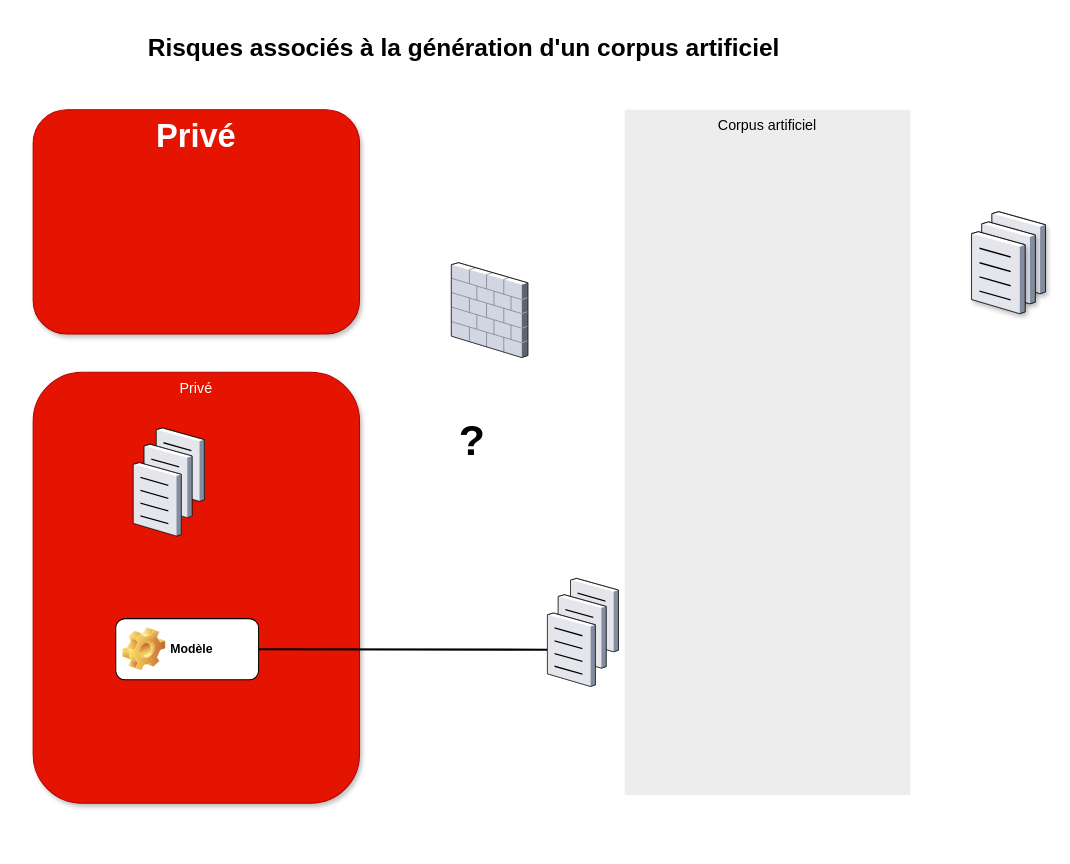
Above: Untitled Diagram.drawio in Hiebel/ProjetFouilleDeTexte (draw.io), before the change. Source tidied: cells renumbered, new cells numbered last; positions are measured from the earlier drawing's top-left corner, leaving out a move shared by most shapes. Both pictures are drawn from the tidied source at 102%, with x=0, y=0 at pixel (16, 28).
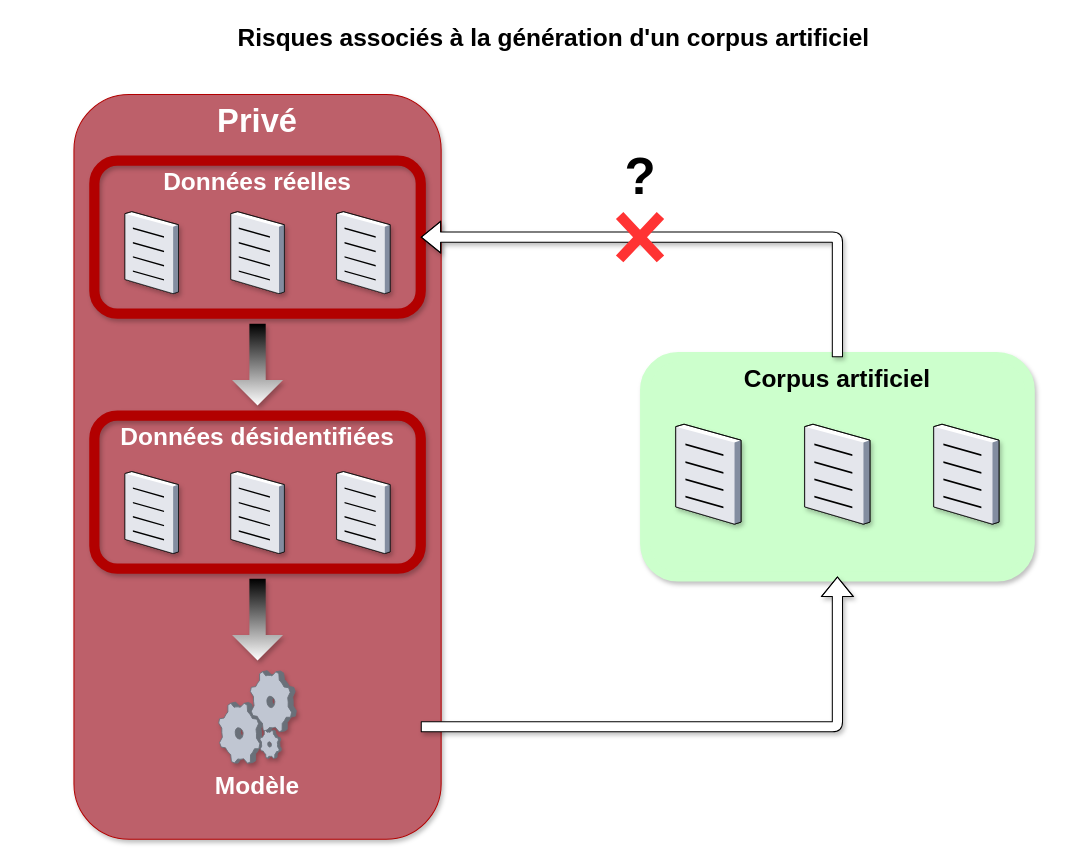
After the change.

Diff of the diagram source:
```diff
@@
+    <mxCell id="19" value="&lt;font style=&quot;font-size: 32px&quot;&gt;&lt;b&gt;&lt;font style=&quot;font-size: 32px&quot;&gt;Privé&lt;/font&gt;&lt;/b&gt;&lt;/font&gt;" style="whiteSpace=wrap;html=1;fillColor=#BD606A;fontSize=14;strokeColor=#B20000;verticalAlign=top;fontColor=#ffffff;perimeterSpacing=0;rounded=1;glass=0;shadow=1;sketch=0;gradientColor=none;" parent="1" vertex="1">
+      <mxGeometry x="56" y="65.2" width="360" height="730" as="geometry" />
+    </mxCell>
+    <mxCell id="7" value="Risques associés à la génération d'un corpus artificiel" style="text;strokeColor=none;fillColor=none;html=1;fontSize=24;fontStyle=1;verticalAlign=middle;align=center;" parent="1" vertex="1">
+      <mxGeometry x="56" y="-10" width="940" height="40" as="geometry" />
+    </mxCell>
+    <mxCell id="20" style="group;rounded=0;fillColor=none;strokeColor=none;" parent="1" vertex="1">
+      <mxGeometry x="76" y="380" width="320" height="150" as="geometry" />
+    </mxCell>
-    <mxCell id="2" value="Privé" style="whiteSpace=wrap;html=1;fillColor=#e51400;fontSize=14;strokeColor=#B20000;verticalAlign=top;fontColor=#ffffff;rounded=1;glass=0;shadow=1;sketch=0;gradientColor=none;gradientDirection=north;" parent="1" vertex="1">
-      <mxGeometry x="16" y="337.5" width="320" height="422.5" as="geometry" />
+    <mxCell id="2" value="Données désidentifiées" style="whiteSpace=wrap;html=1;fillColor=none;fontSize=24;strokeColor=#B20000;verticalAlign=top;fontColor=#ffffff;rounded=1;glass=0;shadow=1;sketch=0;gradientColor=#DCB4BF;gradientDirection=south;strokeWidth=10;fontStyle=1;" parent="20" vertex="1">
+      <mxGeometry width="320" height="150" as="geometry" />
     </mxCell>
+    <mxCell id="21" style="verticalLabelPosition=bottom;sketch=0;html=1;verticalAlign=top;strokeColor=default;align=center;shape=mxgraph.citrix.document;fillColor=#a0522d;fontColor=#ffffff;strokeWidth=0;shadow=1;" parent="20" vertex="1">
+      <mxGeometry x="237.5" y="54.8" width="52.5" height="80.4" as="geometry" />
+    </mxCell>
+    <mxCell id="22" style="verticalLabelPosition=bottom;sketch=0;html=1;verticalAlign=top;strokeColor=default;align=center;shape=mxgraph.citrix.document;fillColor=#a0522d;fontColor=#ffffff;strokeWidth=0;shadow=1;" parent="20" vertex="1">
+      <mxGeometry x="133.8" y="54.8" width="52.5" height="80.4" as="geometry" />
+    </mxCell>
+    <mxCell id="23" style="verticalLabelPosition=bottom;sketch=0;html=1;verticalAlign=top;strokeColor=default;align=center;shape=mxgraph.citrix.document;fillColor=#a0522d;fontColor=#ffffff;strokeWidth=0;shadow=1;" parent="20" vertex="1">
+      <mxGeometry x="30" y="54.8" width="52.5" height="80.4" as="geometry" />
+    </mxCell>
+    <mxCell id="24" style="html=1;shadow=1;dashed=0;align=center;verticalAlign=middle;shape=mxgraph.arrows2.arrow;dy=0.68;dx=25;direction=south;notch=0;rounded=1;glass=0;labelBackgroundColor=#ffffff;labelBorderColor=none;sketch=0;fontSize=24;strokeWidth=4;gradientDirection=east;gradientColor=#ffffff;fillColor=#000000;strokeColor=none;" parent="1" vertex="1">
+      <mxGeometry x="211" y="290" width="50" height="80" as="geometry" />
+    </mxCell>
+    <mxCell id="12" value="Modèle" style="rounded=1;whiteSpace=wrap;html=1;shadow=0;glass=0;labelBackgroundColor=none;labelBorderColor=none;sketch=0;fontSize=24;fontColor=#FFFFFF;strokeColor=none;strokeWidth=4;fillColor=none;gradientColor=#BD7176;gradientDirection=east;verticalAlign=bottom;fontStyle=1;" parent="1" vertex="1">
+      <mxGeometry x="76" y="610" width="320" height="150" as="geometry" />
+    </mxCell>
+    <mxCell id="25" style="verticalLabelPosition=bottom;sketch=0;html=1;verticalAlign=top;strokeColor=none;align=center;shape=mxgraph.citrix.process;rounded=1;shadow=1;glass=0;labelBackgroundColor=#ffffff;labelBorderColor=none;fontSize=24;fontColor=#FFFFFF;fillColor=#DC143C;gradientColor=#BD7176;gradientDirection=east;" parent="1" vertex="1">
+      <mxGeometry x="197.9" y="630" width="76.1" height="90.8" as="geometry" />
+    </mxCell>
+    <mxCell id="26" style="group;" parent="1" vertex="1">
+      <mxGeometry x="76" y="130" width="320" height="150" as="geometry" />
+    </mxCell>
+    <mxCell id="4" value="&lt;font style=&quot;font-size: 24px&quot;&gt;Données réelles&lt;/font&gt;" style="whiteSpace=wrap;html=1;fillColor=none;fontSize=24;strokeColor=#B20000;verticalAlign=top;fontColor=#FFFFFF;perimeterSpacing=0;rounded=1;glass=0;shadow=1;sketch=0;fontStyle=1;labelBorderColor=none;strokeWidth=10;" parent="26" vertex="1">
+      <mxGeometry width="320" height="150" as="geometry" />
+    </mxCell>
+    <mxCell id="27" style="verticalLabelPosition=bottom;sketch=0;html=1;verticalAlign=top;strokeColor=default;align=center;shape=mxgraph.citrix.document;fillColor=#a0522d;fontColor=#ffffff;strokeWidth=0;shadow=1;" parent="26" vertex="1">
+      <mxGeometry x="237.5" y="50" width="52.5" height="80.4" as="geometry" />
+    </mxCell>
+    <mxCell id="28" style="verticalLabelPosition=bottom;sketch=0;html=1;verticalAlign=top;strokeColor=default;align=center;shape=mxgraph.citrix.document;fillColor=#a0522d;fontColor=#ffffff;strokeWidth=0;shadow=1;" parent="26" vertex="1">
+      <mxGeometry x="133.8" y="50" width="52.5" height="80.4" as="geometry" />
+    </mxCell>
+    <mxCell id="29" style="verticalLabelPosition=bottom;sketch=0;html=1;verticalAlign=top;strokeColor=default;align=center;shape=mxgraph.citrix.document;fillColor=#a0522d;fontColor=#ffffff;strokeWidth=0;shadow=1;" parent="26" vertex="1">
+      <mxGeometry x="30" y="50" width="52.5" height="80.4" as="geometry" />
+    </mxCell>
+    <mxCell id="30" style="html=1;shadow=1;dashed=0;align=center;verticalAlign=middle;shape=mxgraph.arrows2.arrow;dy=0.68;dx=25;direction=south;notch=0;rounded=1;glass=0;labelBackgroundColor=#ffffff;labelBorderColor=none;sketch=0;fontSize=24;strokeWidth=4;gradientDirection=east;gradientColor=#ffffff;fillColor=#000000;strokeColor=none;" parent="1" vertex="1">
+      <mxGeometry x="211" y="540" width="50" height="80" as="geometry" />
+    </mxCell>
-    <mxCell id="3" value="Corpus artificiel" style="whiteSpace=wrap;html=1;fillColor=#EDEDED;fontSize=14;strokeColor=none;verticalAlign=top;" parent="1" vertex="1">
-      <mxGeometry x="596" y="80" width="280" height="672" as="geometry" />
+    <mxCell id="3" value="Corpus artificiel" style="whiteSpace=wrap;html=1;fillColor=#CCFFCC;fontSize=24;strokeColor=#CCFFCC;verticalAlign=top;fontColor=default;perimeterSpacing=0;rounded=1;glass=0;shadow=1;sketch=0;fontStyle=1;labelBorderColor=none;strokeWidth=10;labelBackgroundColor=none;" parent="1" vertex="1">
+      <mxGeometry x="616" y="322.7" width="377" height="215" as="geometry" />
     </mxCell>
-    <mxCell id="4" value="&lt;font style=&quot;font-size: 32px&quot;&gt;&lt;b&gt;&lt;font style=&quot;font-size: 32px&quot;&gt;Privé&lt;/font&gt;&lt;/b&gt;&lt;/font&gt;" style="whiteSpace=wrap;html=1;fillColor=#e51400;fontSize=14;strokeColor=#B20000;verticalAlign=top;fontColor=#ffffff;perimeterSpacing=0;rounded=1;glass=0;shadow=1;sketch=0;" parent="1" vertex="1">
-      <mxGeometry x="16" y="80" width="320" height="220" as="geometry" />
-    </mxCell>
-    <mxCell id="5" style="edgeStyle=none;rounded=0;html=1;startSize=10;endSize=10;jettySize=auto;fontSize=14;endArrow=none;endFill=0;strokeWidth=2;exitX=1;exitY=0.5;exitDx=0;exitDy=0;" parent="1" edge="1" source="12" target="15">
-      <mxGeometry relative="1" as="geometry" />
-    </mxCell>
-    <mxCell id="6" style="verticalLabelPosition=bottom;html=1;verticalAlign=top;strokeColor=none;shape=mxgraph.citrix.firewall;fillColor=#66B2FF;gradientColor=#0066CC;fontSize=14;" parent="1" vertex="1">
-      <mxGeometry x="426" y="230" width="75" height="93" as="geometry" />
-    </mxCell>
-    <mxCell id="7" value="Risques associés à la génération d'un corpus artificiel" style="text;strokeColor=none;fillColor=none;html=1;fontSize=24;fontStyle=1;verticalAlign=middle;align=center;" parent="1" vertex="1">
-      <mxGeometry x="0.2" width="875.8" height="40" as="geometry" />
-    </mxCell>
-    <mxCell id="8" style="verticalLabelPosition=bottom;sketch=0;html=1;verticalAlign=top;strokeColor=default;align=center;shape=mxgraph.citrix.document;fillColor=#a0522d;fontColor=#ffffff;strokeWidth=0;shadow=1;" parent="1" vertex="1">
-      <mxGeometry x="956" y="180" width="52.5" height="80.4" as="geometry" />
-    </mxCell>
-    <mxCell id="9" style="verticalLabelPosition=bottom;sketch=0;html=1;verticalAlign=top;strokeColor=none;align=center;shape=mxgraph.citrix.document;" parent="1" vertex="1">
-      <mxGeometry x="136.8" y="392" width="47" height="72" as="geometry" />
-    </mxCell>
-    <mxCell id="10" style="verticalLabelPosition=bottom;sketch=0;html=1;verticalAlign=top;strokeColor=none;align=center;shape=mxgraph.citrix.document;" parent="1" vertex="1">
-      <mxGeometry x="124.8" y="408" width="47" height="72" as="geometry" />
-    </mxCell>
-    <mxCell id="11" style="verticalLabelPosition=bottom;sketch=0;html=1;verticalAlign=top;strokeColor=none;align=center;shape=mxgraph.citrix.document;" parent="1" vertex="1">
-      <mxGeometry x="114.2" y="426" width="47" height="72" as="geometry" />
-    </mxCell>
-    <mxCell id="12" value="Modèle" style="label;whiteSpace=wrap;html=1;image=img/clipart/Gear_128x128.png;" parent="1" vertex="1">
-      <mxGeometry x="97" y="579" width="140" height="60" as="geometry" />
-    </mxCell>
-    <mxCell id="13" style="verticalLabelPosition=bottom;sketch=0;html=1;verticalAlign=top;strokeColor=none;align=center;shape=mxgraph.citrix.document;" parent="1" vertex="1">
-      <mxGeometry x="542.8" y="539.5" width="47" height="72" as="geometry" />
-    </mxCell>
-    <mxCell id="14" style="verticalLabelPosition=bottom;sketch=0;html=1;verticalAlign=top;strokeColor=none;align=center;shape=mxgraph.citrix.document;" parent="1" vertex="1">
-      <mxGeometry x="530.8" y="555.5" width="47" height="72" as="geometry" />
-    </mxCell>
-    <mxCell id="15" style="verticalLabelPosition=bottom;sketch=0;html=1;verticalAlign=top;strokeColor=none;align=center;outlineConnect=0;shape=mxgraph.citrix.document;" parent="1" vertex="1">
-      <mxGeometry x="520.2" y="573.5" width="47" height="72" as="geometry" />
-    </mxCell>
+    <mxCell id="31" style="shape=flexArrow;rounded=1;jettySize=auto;html=1;exitX=1;exitY=0.5;exitDx=0;exitDy=0;entryX=0.5;entryY=1;entryDx=0;entryDy=0;fontSize=24;fontColor=default;strokeColor=default;edgeStyle=orthogonalEdgeStyle;startArrow=none;startFill=0;sketch=0;shadow=1;fillColor=#FFFFFF;gradientColor=none;gradientDirection=north;" parent="1" edge="1" source="12" target="3">
+      <mxGeometry relative="1" as="geometry" />
+    </mxCell>
+    <mxCell id="32" style="edgeStyle=orthogonalEdgeStyle;shape=flexArrow;rounded=1;sketch=0;jettySize=auto;html=1;exitX=0.5;exitY=0;exitDx=0;exitDy=0;shadow=1;fontSize=24;fontColor=default;startArrow=none;startFill=0;strokeColor=default;fillColor=#FFFFFF;gradientColor=none;gradientDirection=north;entryX=1;entryY=0.5;entryDx=0;entryDy=0;" parent="1" edge="1" source="3" target="4">
+      <mxGeometry relative="1" as="geometry" />
+    </mxCell>
+    <mxCell id="33" style="group;" parent="1" vertex="1">
+      <mxGeometry x="646" y="388.4" width="316.9" height="98" as="geometry" />
+    </mxCell>
+    <mxCell id="34" style="verticalLabelPosition=bottom;sketch=0;html=1;verticalAlign=top;strokeColor=#CCFFCC;align=center;shape=mxgraph.citrix.document;fillColor=#CCFFCC;fontColor=default;strokeWidth=0;shadow=1;labelBackgroundColor=none;" parent="33" vertex="1">
+      <mxGeometry x="252.9" width="64" height="98" as="geometry" />
+    </mxCell>
+    <mxCell id="35" style="verticalLabelPosition=bottom;sketch=0;html=1;verticalAlign=top;strokeColor=#CCFFCC;align=center;shape=mxgraph.citrix.document;fillColor=#CCFFCC;fontColor=default;strokeWidth=0;shadow=1;labelBackgroundColor=none;" parent="33" vertex="1">
+      <mxGeometry x="126.4" width="64" height="98" as="geometry" />
+    </mxCell>
+    <mxCell id="36" style="verticalLabelPosition=bottom;sketch=0;html=1;verticalAlign=top;strokeColor=#CCFFCC;align=center;shape=mxgraph.citrix.document;fillColor=#CCFFCC;fontColor=default;strokeWidth=0;shadow=1;labelBackgroundColor=none;" parent="33" vertex="1">
+      <mxGeometry width="64" height="98" as="geometry" />
+    </mxCell>
+    <mxCell id="37" style="group;" parent="1" vertex="1">
+      <mxGeometry x="586" y="110" width="50" height="116.2" as="geometry" />
+    </mxCell>
+    <mxCell id="38" style="shape=umlDestroy;whiteSpace=wrap;html=1;strokeWidth=10;rounded=0;shadow=0;glass=0;labelBackgroundColor=none;labelBorderColor=none;sketch=0;fontSize=24;fontColor=default;fillColor=#FF3333;gradientColor=none;gradientDirection=east;strokeColor=#FF3333;" parent="37" vertex="1">
+      <mxGeometry x="5" y="73.8" width="40" height="42.5" as="geometry" />
+    </mxCell>
-    <mxCell id="16" value="&lt;b&gt;&lt;font style=&quot;font-size: 42px&quot;&gt;?&lt;/font&gt;&lt;/b&gt;" style="text;html=1;align=center;verticalAlign=middle;fillColor=none;strokeColor=none;rounded=0;" parent="1" vertex="1">
-      <mxGeometry x="426" y="390" width="40" height="30" as="geometry" />
+    <mxCell id="16" value="&lt;div style=&quot;font-size: 50px;&quot;&gt;?&lt;/div&gt;" style="text;html=1;align=center;verticalAlign=middle;strokeColor=none;fillColor=none;fontSize=50;fontColor=default;fontStyle=1;" parent="37" vertex="1">
+      <mxGeometry width="50" height="70" as="geometry" />
     </mxCell>
-    <mxCell id="17" style="verticalLabelPosition=bottom;sketch=0;html=1;verticalAlign=top;strokeColor=default;align=center;shape=mxgraph.citrix.document;fillColor=#a0522d;fontColor=#ffffff;strokeWidth=0;shadow=1;" parent="1" vertex="1">
-      <mxGeometry x="946" y="190" width="52.5" height="80.4" as="geometry" />
-    </mxCell>
-    <mxCell id="18" style="verticalLabelPosition=bottom;sketch=0;html=1;verticalAlign=top;strokeColor=default;align=center;shape=mxgraph.citrix.document;fillColor=#a0522d;fontColor=#ffffff;strokeWidth=0;shadow=1;" parent="1" vertex="1">
-      <mxGeometry x="936" y="199.6" width="52.5" height="80.4" as="geometry" />
-    </mxCell>
```
